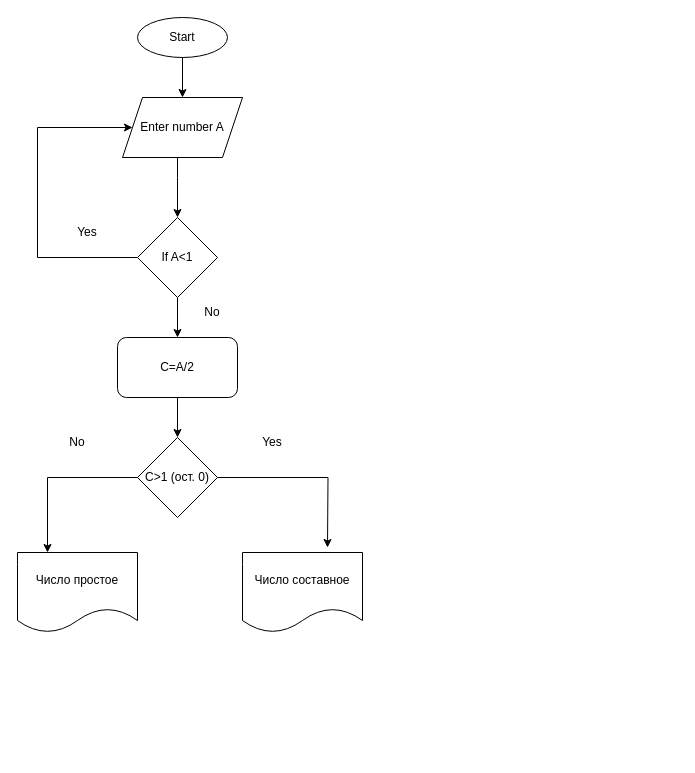
Before: SimpleNumber.drawio in MihailAndreyev/HW, a draw.io diagram. Source tidied: cells renumbered, new cells numbered last; positions are measured from the earlier drawing's top-left corner, leaving out a move shared by most shapes. Both pictures are drawn from the tidied source at 100%, with x=0, y=0 at pixel (17, 17).
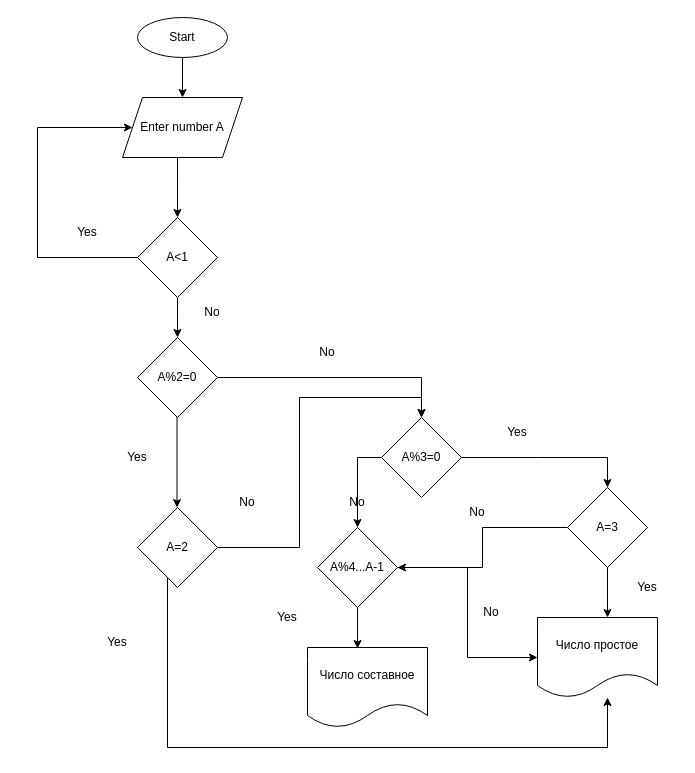
The same page after the edit.

The edit, as a diff of the source:
```diff
@@
-    <mxCell id="7" style="edgeStyle=orthogonalEdgeStyle;rounded=0;jettySize=auto;html=1;" parent="1" edge="1" source="8" target="11">
-      <mxGeometry relative="1" as="geometry" />
+    <mxCell id="7" style="edgeStyle=orthogonalEdgeStyle;rounded=0;jettySize=auto;html=1;" parent="1" edge="1" source="8">
+      <mxGeometry relative="1" as="geometry">
+        <mxPoint x="160" y="320" as="targetPoint" />
+      </mxGeometry>
     </mxCell>
-    <mxCell id="8" value="If A&amp;lt;1" style="rhombus;whiteSpace=wrap;html=1;" parent="1" vertex="1">
+    <mxCell id="8" value="A&amp;lt;1" style="rhombus;whiteSpace=wrap;html=1;" parent="1" vertex="1">
       <mxGeometry x="120" y="200" width="80" height="80" as="geometry" />
     </mxCell>
@@
-    <mxCell id="10" style="edgeStyle=orthogonalEdgeStyle;rounded=0;jettySize=auto;html=1;" parent="1" edge="1" source="11" target="15">
-      <mxGeometry relative="1" as="geometry" />
+    <mxCell id="10" style="edgeStyle=orthogonalEdgeStyle;rounded=0;orthogonalLoop=1;jettySize=auto;html=1;" parent="1" edge="1">
+      <mxGeometry relative="1" as="geometry">
+        <mxPoint x="159.5" y="390" as="sourcePoint" />
+        <mxPoint x="159.5" y="490" as="targetPoint" />
+        <Array as="points">
+          <mxPoint x="159.5" y="410" />
+          <mxPoint x="159.5" y="410" />
+        </Array>
+      </mxGeometry>
     </mxCell>
-    <mxCell id="11" value="C=A/2" style="rounded=1;whiteSpace=wrap;html=1;" parent="1" vertex="1">
-      <mxGeometry x="100" y="320" width="120" height="60" as="geometry" />
-    </mxCell>
@@
-    <mxCell id="13" style="edgeStyle=orthogonalEdgeStyle;rounded=0;jettySize=auto;html=1;entryX=0.25;entryY=0;entryDx=0;entryDy=0;" parent="1" edge="1" source="15" target="16">
-      <mxGeometry relative="1" as="geometry">
-        <Array as="points">
-          <mxPoint x="30" y="460" />
-        </Array>
-      </mxGeometry>
-    </mxCell>
-    <mxCell id="14" style="edgeStyle=orthogonalEdgeStyle;rounded=0;jettySize=auto;html=1;" parent="1" edge="1" source="15">
-      <mxGeometry relative="1" as="geometry">
-        <mxPoint x="310" y="530" as="targetPoint" />
-      </mxGeometry>
-    </mxCell>
+    <mxCell id="20" style="edgeStyle=orthogonalEdgeStyle;rounded=0;jettySize=auto;html=1;entryX=0.5;entryY=0;entryDx=0;entryDy=0;" parent="1" edge="1" source="15" target="32">
+      <mxGeometry relative="1" as="geometry">
+        <Array as="points">
+          <mxPoint x="520" y="440" />
+          <mxPoint x="520" y="440" />
+        </Array>
+      </mxGeometry>
+    </mxCell>
+    <mxCell id="21" style="edgeStyle=orthogonalEdgeStyle;rounded=0;jettySize=auto;html=1;exitX=0;exitY=0.5;exitDx=0;exitDy=0;" parent="1" edge="1" source="15" target="39">
+      <mxGeometry relative="1" as="geometry" />
+    </mxCell>
-    <mxCell id="15" value="C&amp;gt;1 (ост. 0)" style="rhombus;whiteSpace=wrap;html=1;" parent="1" vertex="1">
-      <mxGeometry x="120" y="420" width="80" height="80" as="geometry" />
+    <mxCell id="15" value="A%3=0" style="rhombus;whiteSpace=wrap;html=1;" parent="1" vertex="1">
+      <mxGeometry x="364" y="400" width="80" height="80" as="geometry" />
     </mxCell>
-    <mxCell id="16" value="Число простое" style="shape=document;whiteSpace=wrap;html=1;boundedLbl=1;" parent="1" vertex="1">
-      <mxGeometry y="535" width="120" height="80" as="geometry" />
+    <mxCell id="16" value="Число составное" style="shape=document;whiteSpace=wrap;html=1;boundedLbl=1;" parent="1" vertex="1">
+      <mxGeometry x="290" y="630" width="120" height="80" as="geometry" />
     </mxCell>
-    <mxCell id="17" value="Число составное" style="shape=document;whiteSpace=wrap;html=1;boundedLbl=1;" parent="1" vertex="1">
-      <mxGeometry x="225" y="535" width="120" height="80" as="geometry" />
+    <mxCell id="17" value="Число простое" style="shape=document;whiteSpace=wrap;html=1;boundedLbl=1;" parent="1" vertex="1">
+      <mxGeometry x="520" y="600" width="120" height="80" as="geometry" />
     </mxCell>
     <mxCell id="18" value="Yes" style="text;html=1;strokeColor=none;fillColor=none;align=center;verticalAlign=middle;whiteSpace=wrap;rounded=0;" parent="1" vertex="1">
-      <mxGeometry x="225" y="410" width="60" height="30" as="geometry" />
+      <mxGeometry x="470" y="400" width="60" height="30" as="geometry" />
     </mxCell>
     <mxCell id="19" value="No" style="text;html=1;strokeColor=none;fillColor=none;align=center;verticalAlign=middle;whiteSpace=wrap;rounded=0;" parent="1" vertex="1">
-      <mxGeometry x="30" y="410" width="60" height="30" as="geometry" />
+      <mxGeometry x="310" y="470" width="60" height="30" as="geometry" />
     </mxCell>
+    <mxCell id="22" style="edgeStyle=orthogonalEdgeStyle;rounded=0;jettySize=auto;html=1;" parent="1" edge="1" source="24" target="17">
+      <mxGeometry relative="1" as="geometry">
+        <Array as="points">
+          <mxPoint x="150" y="730" />
+          <mxPoint x="590" y="730" />
+        </Array>
+      </mxGeometry>
+    </mxCell>
+    <mxCell id="23" style="edgeStyle=orthogonalEdgeStyle;rounded=0;jettySize=auto;html=1;exitX=1;exitY=0.5;exitDx=0;exitDy=0;entryX=0.5;entryY=0;entryDx=0;entryDy=0;" parent="1" edge="1" source="24" target="15">
+      <mxGeometry relative="1" as="geometry" />
+    </mxCell>
+    <mxCell id="24" value="A=2" style="rhombus;whiteSpace=wrap;html=1;" parent="1" vertex="1">
+      <mxGeometry x="120" y="490" width="80" height="80" as="geometry" />
+    </mxCell>
+    <mxCell id="25" value="Yes" style="text;html=1;strokeColor=none;fillColor=none;align=center;verticalAlign=middle;whiteSpace=wrap;rounded=0;" parent="1" vertex="1">
+      <mxGeometry x="70" y="610" width="60" height="30" as="geometry" />
+    </mxCell>
+    <mxCell id="26" value="No" style="text;html=1;strokeColor=none;fillColor=none;align=center;verticalAlign=middle;whiteSpace=wrap;rounded=0;" parent="1" vertex="1">
+      <mxGeometry x="200" y="470" width="60" height="30" as="geometry" />
+    </mxCell>
+    <mxCell id="27" style="edgeStyle=orthogonalEdgeStyle;rounded=0;jettySize=auto;html=1;entryX=0.5;entryY=0;entryDx=0;entryDy=0;" parent="1" edge="1" source="28" target="15">
+      <mxGeometry relative="1" as="geometry" />
+    </mxCell>
+    <mxCell id="28" value="A%2=0" style="rhombus;whiteSpace=wrap;html=1;" parent="1" vertex="1">
+      <mxGeometry x="120" y="320" width="80" height="80" as="geometry" />
+    </mxCell>
+    <mxCell id="29" value="Yes" style="text;html=1;strokeColor=none;fillColor=none;align=center;verticalAlign=middle;whiteSpace=wrap;rounded=0;" parent="1" vertex="1">
+      <mxGeometry x="90" y="425" width="60" height="30" as="geometry" />
+    </mxCell>
+    <mxCell id="30" style="edgeStyle=orthogonalEdgeStyle;rounded=0;jettySize=auto;html=1;" parent="1" edge="1" source="32">
+      <mxGeometry relative="1" as="geometry">
+        <mxPoint x="590" y="600" as="targetPoint" />
+        <Array as="points">
+          <mxPoint x="590" y="600" />
+        </Array>
+      </mxGeometry>
+    </mxCell>
+    <mxCell id="31" style="edgeStyle=orthogonalEdgeStyle;rounded=0;jettySize=auto;html=1;entryX=1;entryY=0.5;entryDx=0;entryDy=0;" parent="1" edge="1" source="32" target="39">
+      <mxGeometry relative="1" as="geometry" />
+    </mxCell>
+    <mxCell id="32" value="A=3" style="rhombus;whiteSpace=wrap;html=1;" parent="1" vertex="1">
+      <mxGeometry x="550" y="470" width="80" height="80" as="geometry" />
+    </mxCell>
+    <mxCell id="33" value="No" style="text;html=1;strokeColor=none;fillColor=none;align=center;verticalAlign=middle;whiteSpace=wrap;rounded=0;" parent="1" vertex="1">
+      <mxGeometry x="280" y="320" width="60" height="30" as="geometry" />
+    </mxCell>
+    <mxCell id="34" value="Yes" style="text;html=1;strokeColor=none;fillColor=none;align=center;verticalAlign=middle;whiteSpace=wrap;rounded=0;" parent="1" vertex="1">
+      <mxGeometry x="600" y="555" width="60" height="30" as="geometry" />
+    </mxCell>
+    <mxCell id="35" value="No" style="text;html=1;strokeColor=none;fillColor=none;align=center;verticalAlign=middle;whiteSpace=wrap;rounded=0;" parent="1" vertex="1">
+      <mxGeometry x="430" y="480" width="60" height="30" as="geometry" />
+    </mxCell>
+    <mxCell id="36" value="Yes" style="text;html=1;strokeColor=none;fillColor=none;align=center;verticalAlign=middle;whiteSpace=wrap;rounded=0;" parent="1" vertex="1">
+      <mxGeometry x="240" y="585" width="60" height="30" as="geometry" />
+    </mxCell>
+    <mxCell id="37" style="edgeStyle=orthogonalEdgeStyle;rounded=0;jettySize=auto;html=1;entryX=0;entryY=0.5;entryDx=0;entryDy=0;" parent="1" edge="1" source="39" target="17">
+      <mxGeometry relative="1" as="geometry" />
+    </mxCell>
+    <mxCell id="38" style="edgeStyle=orthogonalEdgeStyle;rounded=0;jettySize=auto;html=1;entryX=0.417;entryY=0.013;entryDx=0;entryDy=0;entryPerimeter=0;" parent="1" edge="1" source="39" target="16">
+      <mxGeometry relative="1" as="geometry" />
+    </mxCell>
+    <mxCell id="39" value="A%4...A-1" style="rhombus;whiteSpace=wrap;html=1;" parent="1" vertex="1">
+      <mxGeometry x="300" y="510" width="80" height="80" as="geometry" />
+    </mxCell>
+    <mxCell id="40" value="No" style="text;html=1;strokeColor=none;fillColor=none;align=center;verticalAlign=middle;whiteSpace=wrap;rounded=0;" parent="1" vertex="1">
+      <mxGeometry x="444" y="580" width="60" height="30" as="geometry" />
+    </mxCell>
```
